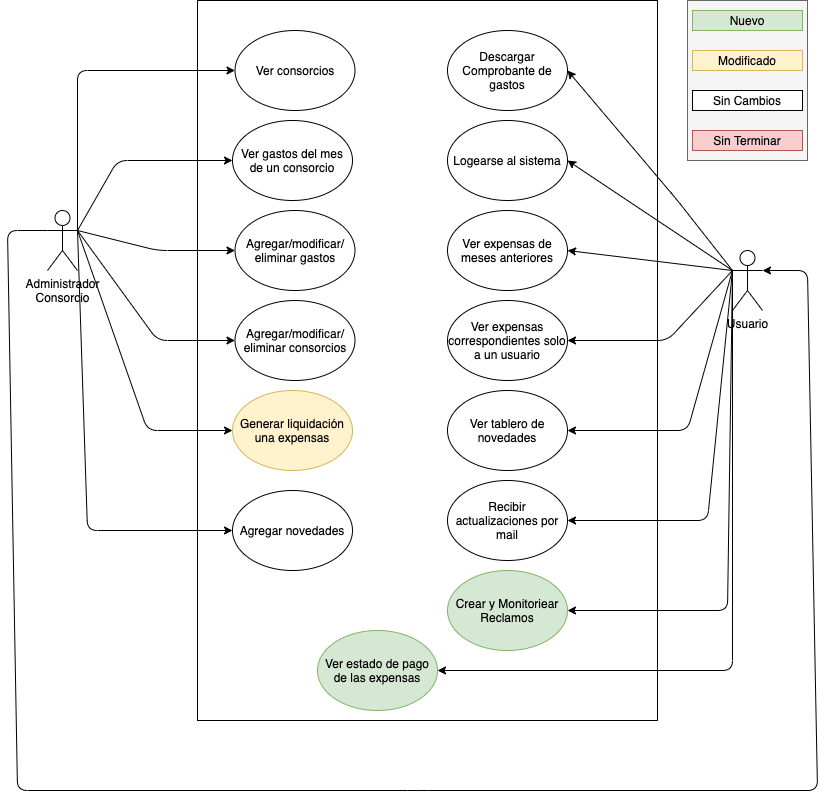
Earlier version of the draw.io export united-consortium-doc/use-cases-sources/entrega4.png (fbritez/consorcio-unido). Source tidied: cells renumbered, new cells last; positions are measured from the earlier drawing's top-left corner, leaving out a move shared by most shapes. Source of this version:
```xml
<mxGraphModel>
  <root>
    <mxCell id="0" />
    <mxCell id="1" parent="0" />
    <mxCell id="2" style="rounded=0;whiteSpace=wrap;html=1;" parent="1" vertex="1">
      <mxGeometry x="190" width="460" height="720" as="geometry" />
    </mxCell>
    <mxCell id="3" value="Administrador&lt;br&gt;Consorcio" style="shape=umlActor;verticalLabelPosition=bottom;verticalAlign=top;html=1;outlineConnect=0;" parent="1" vertex="1">
      <mxGeometry x="40" y="210" width="30" height="60" as="geometry" />
    </mxCell>
    <mxCell id="4" value="Ver consorcios" style="ellipse;whiteSpace=wrap;html=1;" parent="1" vertex="1">
      <mxGeometry x="227.5" y="30" width="120" height="80" as="geometry" />
    </mxCell>
    <mxCell id="5" style="endArrow=classic;html=1;entryX=0;entryY=0.5;entryDx=0;entryDy=0;exitX=1;exitY=0.3333333333333333;exitDx=0;exitDy=0;exitPerimeter=0;" parent="1" edge="1" source="3" target="4">
      <mxGeometry relative="1" as="geometry">
        <Array as="points">
          <mxPoint x="70" y="70" />
        </Array>
      </mxGeometry>
    </mxCell>
    <mxCell id="6" value="Ver gastos del mes&lt;br&gt;de un consorcio" style="ellipse;whiteSpace=wrap;html=1;" parent="1" vertex="1">
      <mxGeometry x="225" y="120" width="120" height="80" as="geometry" />
    </mxCell>
    <mxCell id="7" style="endArrow=classic;html=1;entryX=0;entryY=0.5;entryDx=0;entryDy=0;exitX=1;exitY=0.3333333333333333;exitDx=0;exitDy=0;exitPerimeter=0;" parent="1" edge="1" source="3" target="6">
      <mxGeometry relative="1" as="geometry">
        <Array as="points">
          <mxPoint x="110" y="160" />
        </Array>
      </mxGeometry>
    </mxCell>
    <mxCell id="8" value="Agregar/modificar/&lt;br&gt;eliminar gastos" style="ellipse;whiteSpace=wrap;html=1;" parent="1" vertex="1">
      <mxGeometry x="227.5" y="210" width="120" height="80" as="geometry" />
    </mxCell>
    <mxCell id="9" style="endArrow=classic;html=1;entryX=0;entryY=0.5;entryDx=0;entryDy=0;exitX=1;exitY=0.3333333333333333;exitDx=0;exitDy=0;exitPerimeter=0;" parent="1" edge="1" source="3" target="8">
      <mxGeometry relative="1" as="geometry">
        <Array as="points">
          <mxPoint x="150" y="250" />
        </Array>
      </mxGeometry>
    </mxCell>
    <mxCell id="10" style="rounded=0;whiteSpace=wrap;html=1;fillColor=#f5f5f5;strokeColor=#666666;fontColor=#333333;" parent="1" vertex="1">
      <mxGeometry x="680" width="120" height="160" as="geometry" />
    </mxCell>
    <mxCell id="11" value="Nuevo" style="rounded=0;whiteSpace=wrap;html=1;fillColor=#d5e8d4;strokeColor=#82b366;" parent="1" vertex="1">
      <mxGeometry x="685" y="10" width="110" height="20" as="geometry" />
    </mxCell>
    <mxCell id="12" value="Modificado" style="rounded=0;whiteSpace=wrap;html=1;fillColor=#fff2cc;strokeColor=#d6b656;" parent="1" vertex="1">
      <mxGeometry x="685" y="50" width="110" height="20" as="geometry" />
    </mxCell>
    <mxCell id="13" value="Sin Cambios" style="rounded=0;whiteSpace=wrap;html=1;" parent="1" vertex="1">
      <mxGeometry x="685" y="90" width="110" height="20" as="geometry" />
    </mxCell>
    <mxCell id="14" value="Sin Terminar" style="rounded=0;whiteSpace=wrap;html=1;fillColor=#f8cecc;strokeColor=#b85450;" parent="1" vertex="1">
      <mxGeometry x="685" y="130" width="110" height="20" as="geometry" />
    </mxCell>
    <mxCell id="15" value="Descargar Comprobante de gastos" style="ellipse;whiteSpace=wrap;html=1;fillColor=#FFFFFF;strokeColor=#000000;" parent="1" vertex="1">
      <mxGeometry x="440" y="30" width="120" height="80" as="geometry" />
    </mxCell>
    <mxCell id="16" value="Logearse al sistema" style="ellipse;whiteSpace=wrap;html=1;fillColor=#FFFFFF;strokeColor=#000000;" parent="1" vertex="1">
      <mxGeometry x="440" y="120" width="120" height="80" as="geometry" />
    </mxCell>
    <mxCell id="17" style="endArrow=classic;html=1;entryX=1;entryY=0.5;entryDx=0;entryDy=0;exitX=0;exitY=0.3333333333333333;exitDx=0;exitDy=0;exitPerimeter=0;" parent="1" edge="1" source="19" target="15">
      <mxGeometry relative="1" as="geometry">
        <Array as="points">
          <mxPoint x="670" y="200" />
        </Array>
      </mxGeometry>
    </mxCell>
    <mxCell id="18" style="endArrow=classic;html=1;entryX=1;entryY=0.5;entryDx=0;entryDy=0;exitX=0;exitY=0.3333333333333333;exitDx=0;exitDy=0;exitPerimeter=0;" parent="1" edge="1" source="19" target="16">
      <mxGeometry relative="1" as="geometry" />
    </mxCell>
    <mxCell id="19" value="Usuario" style="shape=umlActor;verticalLabelPosition=bottom;verticalAlign=top;html=1;outlineConnect=0;" parent="1" vertex="1">
      <mxGeometry x="725" y="250" width="30" height="60" as="geometry" />
    </mxCell>
    <mxCell id="20" value="Agregar/modificar/&lt;br&gt;eliminar consorcios" style="ellipse;whiteSpace=wrap;html=1;" parent="1" vertex="1">
      <mxGeometry x="227.5" y="300" width="120" height="80" as="geometry" />
    </mxCell>
    <mxCell id="21" style="endArrow=classic;html=1;entryX=0;entryY=0.5;entryDx=0;entryDy=0;exitX=1;exitY=0.3333333333333333;exitDx=0;exitDy=0;exitPerimeter=0;" parent="1" edge="1" source="3" target="20">
      <mxGeometry relative="1" as="geometry">
        <Array as="points">
          <mxPoint x="150" y="340" />
        </Array>
      </mxGeometry>
    </mxCell>
    <mxCell id="22" value="Ver expensas de meses anteriores" style="ellipse;whiteSpace=wrap;html=1;" parent="1" vertex="1">
      <mxGeometry x="440" y="210" width="120" height="80" as="geometry" />
    </mxCell>
    <mxCell id="23" style="endArrow=classic;html=1;entryX=1;entryY=0.5;entryDx=0;entryDy=0;exitX=0;exitY=0.3333333333333333;exitDx=0;exitDy=0;exitPerimeter=0;" parent="1" edge="1" source="19" target="22">
      <mxGeometry relative="1" as="geometry" />
    </mxCell>
    <mxCell id="24" value="Ver expensas correspondientes solo a un usuario" style="ellipse;whiteSpace=wrap;html=1;" parent="1" vertex="1">
      <mxGeometry x="440" y="300" width="120" height="80" as="geometry" />
    </mxCell>
    <mxCell id="25" style="endArrow=classic;html=1;entryX=1;entryY=0.5;entryDx=0;entryDy=0;exitX=0;exitY=0.3333333333333333;exitDx=0;exitDy=0;exitPerimeter=0;" parent="1" edge="1" source="19" target="24">
      <mxGeometry relative="1" as="geometry">
        <Array as="points">
          <mxPoint x="660" y="340" />
        </Array>
      </mxGeometry>
    </mxCell>
    <mxCell id="26" value="Generar liquidación una expensas" style="ellipse;whiteSpace=wrap;html=1;fillColor=#fff2cc;strokeColor=#d6b656;" parent="1" vertex="1">
      <mxGeometry x="225" y="390" width="120" height="80" as="geometry" />
    </mxCell>
    <mxCell id="27" style="endArrow=classic;html=1;entryX=0;entryY=0.5;entryDx=0;entryDy=0;exitX=1;exitY=0.3333333333333333;exitDx=0;exitDy=0;exitPerimeter=0;" parent="1" edge="1" source="3" target="26">
      <mxGeometry relative="1" as="geometry">
        <Array as="points">
          <mxPoint x="140" y="430" />
        </Array>
      </mxGeometry>
    </mxCell>
    <mxCell id="28" style="endArrow=classic;html=1;entryX=1;entryY=0.3333333333333333;entryDx=0;entryDy=0;exitX=0;exitY=0.3333333333333333;exitDx=0;exitDy=0;exitPerimeter=0;entryPerimeter=0;" parent="1" edge="1" source="3" target="19">
      <mxGeometry relative="1" as="geometry">
        <Array as="points">
          <mxPoint y="230" />
          <mxPoint x="10" y="790" />
          <mxPoint x="410" y="790" />
          <mxPoint x="810" y="790" />
          <mxPoint x="800" y="270" />
        </Array>
      </mxGeometry>
    </mxCell>
    <mxCell id="29" value="Ver tablero de novedades" style="ellipse;whiteSpace=wrap;html=1;" parent="1" vertex="1">
      <mxGeometry x="440" y="390" width="120" height="80" as="geometry" />
    </mxCell>
    <mxCell id="30" style="endArrow=classic;html=1;exitX=0;exitY=0.3333333333333333;exitDx=0;exitDy=0;exitPerimeter=0;" parent="1" edge="1" source="19">
      <mxGeometry relative="1" as="geometry">
        <mxPoint x="560" y="430" as="targetPoint" />
        <Array as="points">
          <mxPoint x="680" y="430" />
        </Array>
      </mxGeometry>
    </mxCell>
    <mxCell id="31" value="Agregar novedades" style="ellipse;whiteSpace=wrap;html=1;" parent="1" vertex="1">
      <mxGeometry x="225" y="490" width="120" height="80" as="geometry" />
    </mxCell>
    <mxCell id="32" style="endArrow=classic;html=1;entryX=0;entryY=0.5;entryDx=0;entryDy=0;exitX=1;exitY=0.3333333333333333;exitDx=0;exitDy=0;exitPerimeter=0;" parent="1" edge="1" source="3" target="31">
      <mxGeometry relative="1" as="geometry">
        <Array as="points">
          <mxPoint x="80" y="530" />
        </Array>
      </mxGeometry>
    </mxCell>
    <mxCell id="33" value="Recibir actualizaciones por mail" style="ellipse;whiteSpace=wrap;html=1;" parent="1" vertex="1">
      <mxGeometry x="440" y="480" width="120" height="80" as="geometry" />
    </mxCell>
    <mxCell id="34" style="endArrow=classic;html=1;exitX=0;exitY=0.3333333333333333;exitDx=0;exitDy=0;exitPerimeter=0;entryX=1;entryY=0.5;entryDx=0;entryDy=0;" parent="1" edge="1" source="19" target="33">
      <mxGeometry relative="1" as="geometry">
        <Array as="points">
          <mxPoint x="700" y="520" />
        </Array>
      </mxGeometry>
    </mxCell>
    <mxCell id="35" value="Crear y Monitoriear Reclamos" style="ellipse;whiteSpace=wrap;html=1;fillColor=#d5e8d4;strokeColor=#82b366;" parent="1" vertex="1">
      <mxGeometry x="440" y="570" width="120" height="80" as="geometry" />
    </mxCell>
    <mxCell id="36" style="endArrow=classic;html=1;exitX=0;exitY=0.3333333333333333;exitDx=0;exitDy=0;exitPerimeter=0;entryX=1;entryY=0.5;entryDx=0;entryDy=0;" parent="1" edge="1" source="19" target="35">
      <mxGeometry relative="1" as="geometry">
        <Array as="points">
          <mxPoint x="720" y="610" />
        </Array>
      </mxGeometry>
    </mxCell>
    <mxCell id="37" value="Ver estado de pago de las expensas" style="ellipse;whiteSpace=wrap;html=1;fillColor=#d5e8d4;strokeColor=#82b366;" parent="1" vertex="1">
      <mxGeometry x="310" y="630" width="120" height="80" as="geometry" />
    </mxCell>
    <mxCell id="38" style="endArrow=classic;html=1;exitX=0;exitY=0.3333333333333333;exitDx=0;exitDy=0;exitPerimeter=0;" parent="1" edge="1" source="19">
      <mxGeometry relative="1" as="geometry">
        <mxPoint x="430" y="670" as="targetPoint" />
        <Array as="points">
          <mxPoint x="725" y="670" />
        </Array>
      </mxGeometry>
    </mxCell>
  </root>
</mxGraphModel>
```
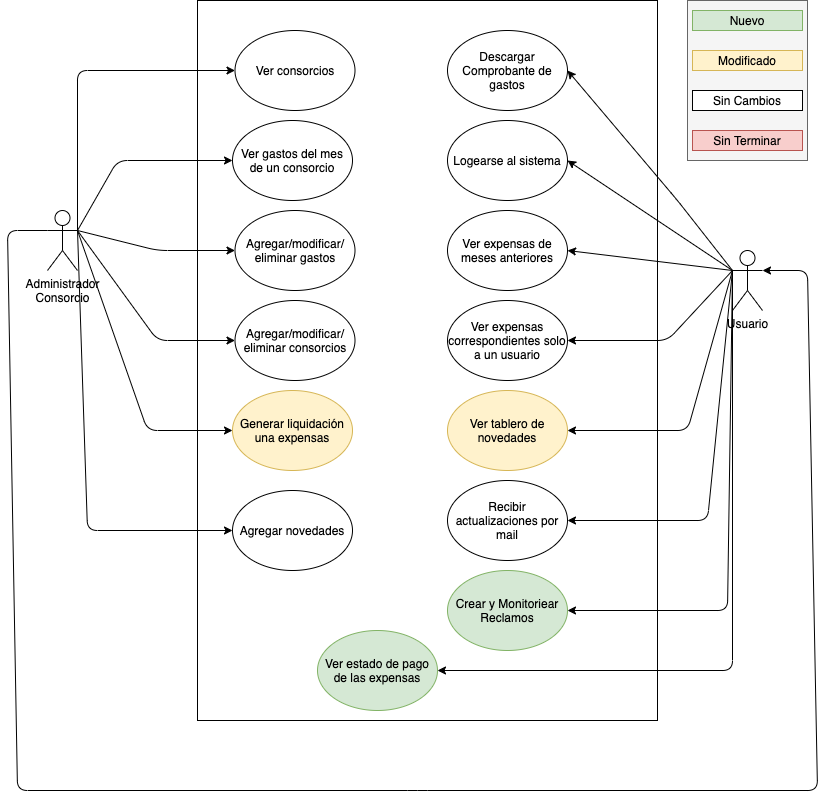
After the commit.

Diff of the diagram source:
```diff
@@ -119,7 +119,7 @@
         </Array>
       </mxGeometry>
     </mxCell>
-    <mxCell id="29" value="Ver tablero de novedades" style="ellipse;whiteSpace=wrap;html=1;" parent="1" vertex="1">
+    <mxCell id="29" value="Ver tablero de novedades" style="ellipse;whiteSpace=wrap;html=1;fillColor=#fff2cc;strokeColor=#d6b656;" parent="1" vertex="1">
       <mxGeometry x="440" y="390" width="120" height="80" as="geometry" />
     </mxCell>
     <mxCell id="30" style="endArrow=classic;html=1;exitX=0;exitY=0.3333333333333333;exitDx=0;exitDy=0;exitPerimeter=0;" parent="1" edge="1" source="19">
```
